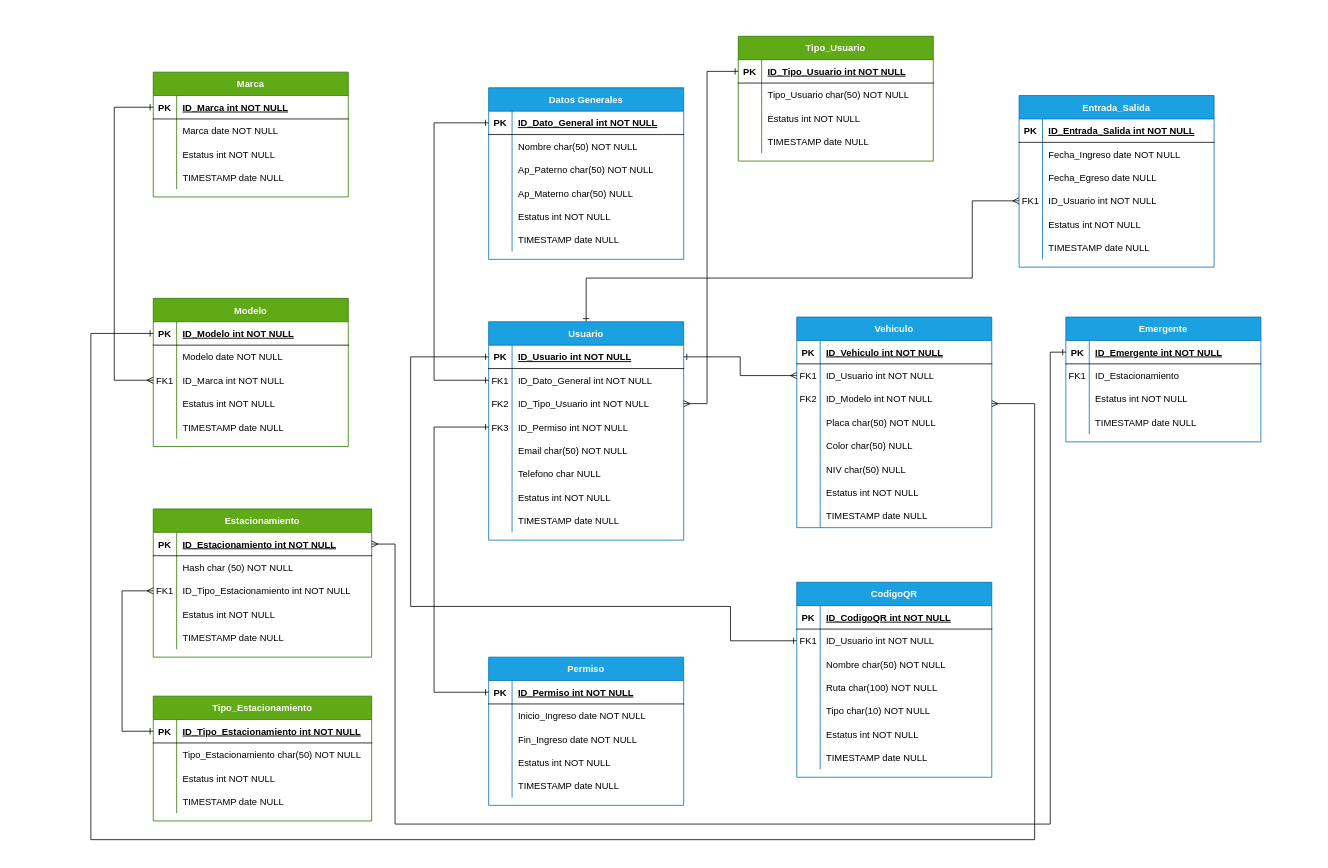
This is database/AccesoIPN.drawio from licdavidob/Hipnos, a draw.io file, before an edit. Source tidied: cells renumbered, new cells numbered last; positions are measured from the earlier drawing's top-left corner, leaving out a move shared by most shapes. Both pictures are drawn from the tidied source at 78%, with x=0, y=0 at pixel (12, -183).
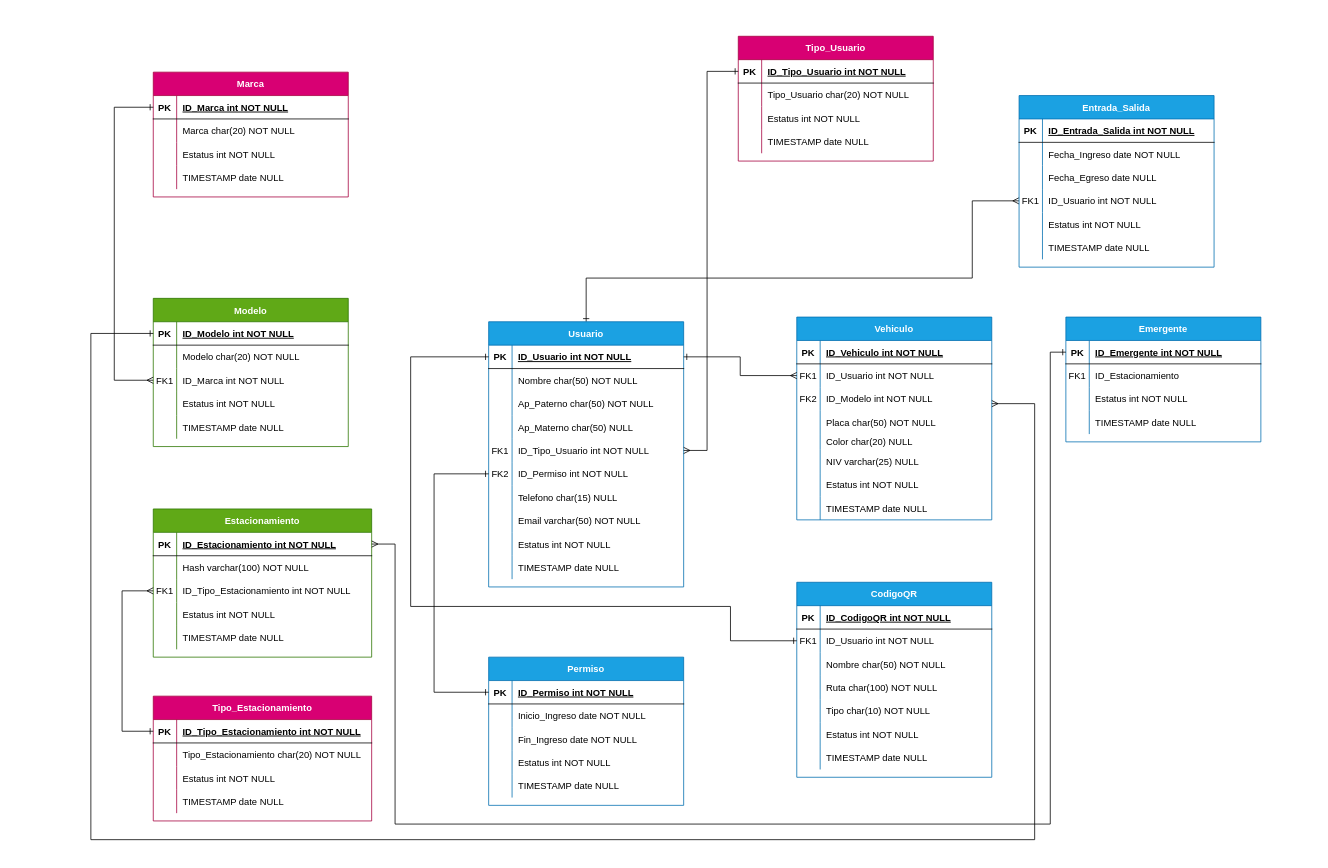
The same page after the edit.

Unchanged cells that the change refers to:
```xml
<mxCell id="26" style="shape=partialRectangle;fillColor=none;points=[[0,0.5],[1,0.5]];portConstraint=eastwest;top=0;left=0;right=0;bottom=0;" parent="22" vertex="1">
  <mxGeometry y="60" width="250" height="30" as="geometry" />
</mxCell>
<mxCell id="29" style="shape=partialRectangle;fillColor=none;points=[[0,0.5],[1,0.5]];portConstraint=eastwest;top=0;left=0;right=0;bottom=0;" parent="22" vertex="1">
  <mxGeometry y="90" width="250" height="30" as="geometry" />
</mxCell>
<mxCell id="32" style="shape=partialRectangle;fillColor=none;points=[[0,0.5],[1,0.5]];portConstraint=eastwest;top=0;left=0;right=0;bottom=0;" parent="22" vertex="1">
  <mxGeometry y="120" width="250" height="30" as="geometry" />
</mxCell>
<mxCell id="35" style="shape=partialRectangle;fillColor=none;points=[[0,0.5],[1,0.5]];portConstraint=eastwest;top=0;left=0;right=0;bottom=0;" parent="22" vertex="1">
  <mxGeometry y="150" width="250" height="30" as="geometry" />
</mxCell>
<mxCell id="38" style="shape=partialRectangle;fillColor=none;points=[[0,0.5],[1,0.5]];portConstraint=eastwest;top=0;left=0;right=0;bottom=0;" parent="22" vertex="1">
  <mxGeometry y="180" width="250" height="30" as="geometry" />
</mxCell>
<mxCell id="41" style="shape=partialRectangle;fillColor=none;top=0;left=0;right=0;bottom=0;" parent="22" vertex="1">
  <mxGeometry y="210" width="250" height="30" as="geometry" />
</mxCell>
<mxCell id="44" style="shape=partialRectangle;fillColor=none;top=0;left=0;right=0;bottom=0;" parent="22" vertex="1">
  <mxGeometry y="240" width="250" height="30" as="geometry" />
</mxCell>
<mxCell id="73" style="shape=partialRectangle;fillColor=none;points=[[0,0.5],[1,0.5]];portConstraint=eastwest;top=0;left=0;right=0;bottom=1;" parent="72" vertex="1">
  <mxGeometry y="30" width="250" height="30" as="geometry" />
</mxCell>
<mxCell id="76" style="shape=partialRectangle;fillColor=none;top=0;left=0;right=0;bottom=0;" parent="72" vertex="1">
  <mxGeometry y="60" width="250" height="30" as="geometry" />
</mxCell>
<mxCell id="86" style="shape=partialRectangle;fillColor=none;points=[[0,0.5],[1,0.5]];portConstraint=eastwest;top=0;left=0;right=0;bottom=1;" parent="85" vertex="1">
  <mxGeometry y="30" width="250" height="30" as="geometry" />
</mxCell>
<mxCell id="105" style="shape=partialRectangle;fillColor=none;top=0;left=0;right=0;bottom=0;" parent="101" vertex="1">
  <mxGeometry y="60" width="250" height="30" as="geometry" />
</mxCell>
<mxCell id="118" style="shape=partialRectangle;fillColor=none;top=0;left=0;right=0;bottom=0;" parent="114" vertex="1">
  <mxGeometry y="60" width="250" height="30" as="geometry" />
</mxCell>
<mxCell id="134" style="shape=partialRectangle;fillColor=none;top=0;left=0;right=0;bottom=0;" parent="130" vertex="1">
  <mxGeometry y="60" width="280" height="30" as="geometry" />
</mxCell>
<mxCell id="150" style="shape=partialRectangle;fillColor=none;top=0;left=0;right=0;bottom=0;" parent="146" vertex="1">
  <mxGeometry y="60" width="280" height="30" as="geometry" />
</mxCell>
```

Change to the diagram source:
```diff
@@
-    <mxCell id="2" value="Datos Generales" style="shape=table;startSize=30;childLayout=tableLayout;rowLines=0;fontStyle=1;align=center;fillColor=#1ba1e2;fontColor=#ffffff;strokeColor=#006EAF;" parent="1" vertex="1">
-      <mxGeometry x="610" y="346" width="250" height="220" as="geometry" />
-    </mxCell>
-    <mxCell id="3" style="shape=partialRectangle;fillColor=none;points=[[0,0.5],[1,0.5]];portConstraint=eastwest;top=0;left=0;right=0;bottom=1;" parent="2" vertex="1">
-      <mxGeometry y="30" width="250" height="30" as="geometry" />
-    </mxCell>
-    <mxCell id="4" value="PK" style="shape=partialRectangle;overflow=hidden;fillColor=none;top=0;left=0;bottom=0;right=0;fontStyle=1;" parent="3" vertex="1">
-      <mxGeometry width="30" height="30" as="geometry" />
-    </mxCell>
-    <mxCell id="5" value="ID_Dato_General int NOT NULL " style="shape=partialRectangle;overflow=hidden;fillColor=none;top=0;left=0;bottom=0;right=0;align=left;spacingLeft=6;fontStyle=5;" parent="3" vertex="1">
-      <mxGeometry x="30" width="220" height="30" as="geometry" />
-    </mxCell>
-    <mxCell id="6" style="shape=partialRectangle;fillColor=none;top=0;left=0;right=0;bottom=0;" parent="2" vertex="1">
-      <mxGeometry y="60" width="250" height="30" as="geometry" />
-    </mxCell>
-    <mxCell id="7" style="shape=partialRectangle;overflow=hidden;fillColor=none;top=0;left=0;bottom=0;right=0;" parent="6" vertex="1">
-      <mxGeometry width="30" height="30" as="geometry" />
-    </mxCell>
-    <mxCell id="8" value="Nombre char(50) NOT NULL" style="shape=partialRectangle;overflow=hidden;fillColor=none;top=0;left=0;bottom=0;right=0;align=left;spacingLeft=6;" parent="6" vertex="1">
-      <mxGeometry x="30" width="220" height="30" as="geometry" />
-    </mxCell>
-    <mxCell id="9" style="shape=partialRectangle;fillColor=none;top=0;left=0;right=0;bottom=0;" parent="2" vertex="1">
-      <mxGeometry y="90" width="250" height="30" as="geometry" />
-    </mxCell>
-    <mxCell id="10" style="shape=partialRectangle;overflow=hidden;fillColor=none;top=0;left=0;bottom=0;right=0;" parent="9" vertex="1">
-      <mxGeometry width="30" height="30" as="geometry" />
-    </mxCell>
-    <mxCell id="11" value="Ap_Paterno char(50) NOT NULL" style="shape=partialRectangle;overflow=hidden;fillColor=none;top=0;left=0;bottom=0;right=0;align=left;spacingLeft=6;" parent="9" vertex="1">
-      <mxGeometry x="30" width="220" height="30" as="geometry" />
-    </mxCell>
-    <mxCell id="12" style="shape=partialRectangle;fillColor=none;top=0;left=0;right=0;bottom=0;" parent="2" vertex="1">
-      <mxGeometry y="120" width="250" height="30" as="geometry" />
-    </mxCell>
-    <mxCell id="13" style="shape=partialRectangle;overflow=hidden;fillColor=none;top=0;left=0;bottom=0;right=0;" parent="12" vertex="1">
-      <mxGeometry width="30" height="30" as="geometry" />
-    </mxCell>
-    <mxCell id="14" value="Ap_Materno char(50) NULL" style="shape=partialRectangle;overflow=hidden;fillColor=none;top=0;left=0;bottom=0;right=0;align=left;spacingLeft=6;" parent="12" vertex="1">
-      <mxGeometry x="30" width="220" height="30" as="geometry" />
-    </mxCell>
-    <mxCell id="15" style="shape=partialRectangle;fillColor=none;top=0;left=0;right=0;bottom=0;" parent="2" vertex="1">
-      <mxGeometry y="150" width="250" height="30" as="geometry" />
-    </mxCell>
-    <mxCell id="16" style="shape=partialRectangle;overflow=hidden;fillColor=none;top=0;left=0;bottom=0;right=0;" parent="15" vertex="1">
-      <mxGeometry width="30" height="30" as="geometry" />
-    </mxCell>
-    <mxCell id="17" value="Estatus int NOT NULL" style="shape=partialRectangle;overflow=hidden;fillColor=none;top=0;left=0;bottom=0;right=0;align=left;spacingLeft=6;" parent="15" vertex="1">
-      <mxGeometry x="30" width="220" height="30" as="geometry" />
-    </mxCell>
-    <mxCell id="18" style="shape=partialRectangle;fillColor=none;top=0;left=0;right=0;bottom=0;" parent="2" vertex="1">
-      <mxGeometry y="180" width="250" height="30" as="geometry" />
-    </mxCell>
-    <mxCell id="19" style="shape=partialRectangle;overflow=hidden;fillColor=none;top=0;left=0;bottom=0;right=0;" parent="18" vertex="1">
-      <mxGeometry width="30" height="30" as="geometry" />
-    </mxCell>
-    <mxCell id="20" value="TIMESTAMP date NULL" style="shape=partialRectangle;overflow=hidden;fillColor=none;top=0;left=0;bottom=0;right=0;align=left;spacingLeft=6;" parent="18" vertex="1">
-      <mxGeometry x="30" width="220" height="30" as="geometry" />
-    </mxCell>
@@
     <mxCell id="22" value="Usuario" style="shape=table;startSize=30;childLayout=tableLayout;rowLines=0;fontStyle=1;align=center;fillColor=#1ba1e2;fontColor=#ffffff;strokeColor=#006EAF;" parent="1" vertex="1">
-      <mxGeometry x="610" y="646" width="250" height="280" as="geometry" />
+      <mxGeometry x="610" y="646" width="250" height="340" as="geometry" />
     </mxCell>
@@
-    <mxCell id="27" value="FK1" style="shape=partialRectangle;overflow=hidden;fillColor=none;top=0;left=0;bottom=0;right=0;" parent="26" vertex="1">
+    <mxCell id="27" style="shape=partialRectangle;overflow=hidden;fillColor=none;top=0;left=0;bottom=0;right=0;" parent="26" vertex="1">
       <mxGeometry width="30" height="30" as="geometry" />
     </mxCell>
-    <mxCell id="28" value="ID_Dato_General int NOT NULL" style="shape=partialRectangle;overflow=hidden;fillColor=none;top=0;left=0;bottom=0;right=0;align=left;spacingLeft=6;" parent="26" vertex="1">
+    <mxCell id="28" value="Nombre char(50) NOT NULL" style="shape=partialRectangle;overflow=hidden;fillColor=none;top=0;left=0;bottom=0;right=0;align=left;spacingLeft=6;" parent="26" vertex="1">
       <mxGeometry x="30" width="220" height="30" as="geometry" />
     </mxCell>
@@
-    <mxCell id="30" value="FK2" style="shape=partialRectangle;overflow=hidden;fillColor=none;top=0;left=0;bottom=0;right=0;" parent="29" vertex="1">
+    <mxCell id="30" style="shape=partialRectangle;overflow=hidden;fillColor=none;top=0;left=0;bottom=0;right=0;" parent="29" vertex="1">
       <mxGeometry width="30" height="30" as="geometry" />
     </mxCell>
-    <mxCell id="31" value="ID_Tipo_Usuario int NOT NULL" style="shape=partialRectangle;overflow=hidden;fillColor=none;top=0;left=0;bottom=0;right=0;align=left;spacingLeft=6;" parent="29" vertex="1">
+    <mxCell id="31" value="Ap_Paterno char(50) NOT NULL" style="shape=partialRectangle;overflow=hidden;fillColor=none;top=0;left=0;bottom=0;right=0;align=left;spacingLeft=6;" parent="29" vertex="1">
       <mxGeometry x="30" width="220" height="30" as="geometry" />
     </mxCell>
@@
-    <mxCell id="33" value="FK3" style="shape=partialRectangle;overflow=hidden;fillColor=none;top=0;left=0;bottom=0;right=0;" parent="32" vertex="1">
+    <mxCell id="33" style="shape=partialRectangle;overflow=hidden;fillColor=none;top=0;left=0;bottom=0;right=0;" parent="32" vertex="1">
       <mxGeometry width="30" height="30" as="geometry" />
     </mxCell>
-    <mxCell id="34" value="ID_Permiso int NOT NULL" style="shape=partialRectangle;overflow=hidden;fillColor=none;top=0;left=0;bottom=0;right=0;align=left;spacingLeft=6;" parent="32" vertex="1">
+    <mxCell id="34" value="Ap_Materno char(50) NULL" style="shape=partialRectangle;overflow=hidden;fillColor=none;top=0;left=0;bottom=0;right=0;align=left;spacingLeft=6;" parent="32" vertex="1">
       <mxGeometry x="30" width="220" height="30" as="geometry" />
     </mxCell>
@@
-    <mxCell id="36" style="shape=partialRectangle;overflow=hidden;fillColor=none;top=0;left=0;bottom=0;right=0;" parent="35" vertex="1">
+    <mxCell id="36" value="FK1" style="shape=partialRectangle;overflow=hidden;fillColor=none;top=0;left=0;bottom=0;right=0;" parent="35" vertex="1">
       <mxGeometry width="30" height="30" as="geometry" />
     </mxCell>
-    <mxCell id="37" value="Email char(50) NOT NULL" style="shape=partialRectangle;overflow=hidden;fillColor=none;top=0;left=0;bottom=0;right=0;align=left;spacingLeft=6;" parent="35" vertex="1">
+    <mxCell id="37" value="ID_Tipo_Usuario int NOT NULL" style="shape=partialRectangle;overflow=hidden;fillColor=none;top=0;left=0;bottom=0;right=0;align=left;spacingLeft=6;" parent="35" vertex="1">
       <mxGeometry x="30" width="220" height="30" as="geometry" />
     </mxCell>
@@
-    <mxCell id="39" style="shape=partialRectangle;overflow=hidden;fillColor=none;top=0;left=0;bottom=0;right=0;" parent="38" vertex="1">
+    <mxCell id="39" value="FK2" style="shape=partialRectangle;overflow=hidden;fillColor=none;top=0;left=0;bottom=0;right=0;" parent="38" vertex="1">
       <mxGeometry width="30" height="30" as="geometry" />
     </mxCell>
-    <mxCell id="40" value="Telefono char NULL" style="shape=partialRectangle;overflow=hidden;fillColor=none;top=0;left=0;bottom=0;right=0;align=left;spacingLeft=6;" parent="38" vertex="1">
+    <mxCell id="40" value="ID_Permiso int NOT NULL" style="shape=partialRectangle;overflow=hidden;fillColor=none;top=0;left=0;bottom=0;right=0;align=left;spacingLeft=6;" parent="38" vertex="1">
       <mxGeometry x="30" width="220" height="30" as="geometry" />
     </mxCell>
@@
-    <mxCell id="43" value="Estatus int NOT NULL" style="shape=partialRectangle;overflow=hidden;fillColor=none;top=0;left=0;bottom=0;right=0;align=left;spacingLeft=6;" parent="41" vertex="1">
+    <mxCell id="43" value="Telefono char(15) NULL" style="shape=partialRectangle;overflow=hidden;fillColor=none;top=0;left=0;bottom=0;right=0;align=left;spacingLeft=6;" parent="41" vertex="1">
       <mxGeometry x="30" width="220" height="30" as="geometry" />
     </mxCell>
@@
-    <mxCell id="46" value="TIMESTAMP date NULL" style="shape=partialRectangle;overflow=hidden;fillColor=none;top=0;left=0;bottom=0;right=0;align=left;spacingLeft=6;" parent="44" vertex="1">
+    <mxCell id="46" value="Email varchar(50) NOT NULL" style="shape=partialRectangle;overflow=hidden;fillColor=none;top=0;left=0;bottom=0;right=0;align=left;spacingLeft=6;" parent="44" vertex="1">
       <mxGeometry x="30" width="220" height="30" as="geometry" />
     </mxCell>
+    <mxCell id="226" style="shape=partialRectangle;fillColor=none;top=0;left=0;right=0;bottom=0;" parent="22" vertex="1">
+      <mxGeometry y="270" width="250" height="30" as="geometry" />
+    </mxCell>
+    <mxCell id="227" style="shape=partialRectangle;overflow=hidden;fillColor=none;top=0;left=0;bottom=0;right=0;" parent="226" vertex="1">
+      <mxGeometry width="30" height="30" as="geometry" />
+    </mxCell>
+    <mxCell id="17" value="Estatus int NOT NULL" style="shape=partialRectangle;overflow=hidden;fillColor=none;top=0;left=0;bottom=0;right=0;align=left;spacingLeft=6;" parent="226" vertex="1">
+      <mxGeometry x="30" width="220" height="30" as="geometry" />
+    </mxCell>
+    <mxCell id="228" style="shape=partialRectangle;fillColor=none;top=0;left=0;right=0;bottom=0;" parent="22" vertex="1">
+      <mxGeometry y="300" width="250" height="30" as="geometry" />
+    </mxCell>
+    <mxCell id="229" style="shape=partialRectangle;overflow=hidden;fillColor=none;top=0;left=0;bottom=0;right=0;" parent="228" vertex="1">
+      <mxGeometry width="30" height="30" as="geometry" />
+    </mxCell>
+    <mxCell id="20" value="TIMESTAMP date NULL" style="shape=partialRectangle;overflow=hidden;fillColor=none;top=0;left=0;bottom=0;right=0;align=left;spacingLeft=6;" parent="228" vertex="1">
+      <mxGeometry x="30" width="220" height="30" as="geometry" />
+    </mxCell>
     <mxCell id="47" value="Vehiculo" style="shape=table;startSize=30;childLayout=tableLayout;rowLines=0;fontStyle=1;align=center;fillColor=#1ba1e2;fontColor=#ffffff;strokeColor=#006EAF;" parent="1" vertex="1">
-      <mxGeometry x="1005" y="640" width="250" height="270" as="geometry" />
+      <mxGeometry x="1005" y="640" width="250" height="260" as="geometry" />
     </mxCell>
@@
     <mxCell id="60" style="shape=partialRectangle;fillColor=none;top=0;left=0;right=0;bottom=0;" parent="47" vertex="1">
-      <mxGeometry y="150" width="250" height="30" as="geometry" />
+      <mxGeometry y="150" width="250" height="20" as="geometry" />
     </mxCell>
     <mxCell id="61" style="shape=partialRectangle;overflow=hidden;fillColor=none;top=0;left=0;bottom=0;right=0;" parent="60" vertex="1">
-      <mxGeometry width="30" height="30" as="geometry" />
+      <mxGeometry width="30" height="20" as="geometry" />
     </mxCell>
-    <mxCell id="62" value="Color char(50) NULL" style="shape=partialRectangle;overflow=hidden;fillColor=none;top=0;left=0;bottom=0;right=0;align=left;spacingLeft=6;" parent="60" vertex="1">
-      <mxGeometry x="30" width="220" height="30" as="geometry" />
+    <mxCell id="62" value="Color char(20) NULL" style="shape=partialRectangle;overflow=hidden;fillColor=none;top=0;left=0;bottom=0;right=0;align=left;spacingLeft=6;" parent="60" vertex="1">
+      <mxGeometry x="30" width="220" height="20" as="geometry" />
     </mxCell>
     <mxCell id="63" style="shape=partialRectangle;fillColor=none;top=0;left=0;right=0;bottom=0;" parent="47" vertex="1">
-      <mxGeometry y="180" width="250" height="30" as="geometry" />
+      <mxGeometry y="170" width="250" height="30" as="geometry" />
     </mxCell>
@@
-    <mxCell id="65" value="NIV char(50) NULL" style="shape=partialRectangle;overflow=hidden;fillColor=none;top=0;left=0;bottom=0;right=0;align=left;spacingLeft=6;" parent="63" vertex="1">
+    <mxCell id="65" value="NIV varchar(25) NULL" style="shape=partialRectangle;overflow=hidden;fillColor=none;top=0;left=0;bottom=0;right=0;align=left;spacingLeft=6;" parent="63" vertex="1">
       <mxGeometry x="30" width="220" height="30" as="geometry" />
     </mxCell>
     <mxCell id="66" style="shape=partialRectangle;fillColor=none;top=0;left=0;right=0;bottom=0;" parent="47" vertex="1">
-      <mxGeometry y="210" width="250" height="30" as="geometry" />
+      <mxGeometry y="200" width="250" height="30" as="geometry" />
     </mxCell>
@@
     <mxCell id="69" style="shape=partialRectangle;fillColor=none;top=0;left=0;right=0;bottom=0;" parent="47" vertex="1">
-      <mxGeometry y="240" width="250" height="30" as="geometry" />
+      <mxGeometry y="230" width="250" height="30" as="geometry" />
     </mxCell>
@@
-    <mxCell id="72" value="Tipo_Usuario" style="shape=table;startSize=30;childLayout=tableLayout;rowLines=0;fontStyle=1;align=center;fillColor=#60a917;fontColor=#ffffff;strokeColor=#2D7600;" parent="1" vertex="1">
+    <mxCell id="72" value="Tipo_Usuario" style="shape=table;startSize=30;childLayout=tableLayout;rowLines=0;fontStyle=1;align=center;fillColor=#d80073;fontColor=#ffffff;strokeColor=#A50040;" parent="1" vertex="1">
       <mxGeometry x="930" y="280" width="250" height="160" as="geometry" />
     </mxCell>
@@
-    <mxCell id="78" value="Tipo_Usuario char(50) NOT NULL" style="shape=partialRectangle;overflow=hidden;fillColor=none;top=0;left=0;bottom=0;right=0;align=left;spacingLeft=6;" parent="76" vertex="1">
+    <mxCell id="78" value="Tipo_Usuario char(20) NOT NULL" style="shape=partialRectangle;overflow=hidden;fillColor=none;top=0;left=0;bottom=0;right=0;align=left;spacingLeft=6;" parent="76" vertex="1">
       <mxGeometry x="30" width="220" height="30" as="geometry" />
     </mxCell>
@@
-    <mxCell id="101" value="Marca" style="shape=table;startSize=30;childLayout=tableLayout;rowLines=0;fontStyle=1;align=center;fillColor=#60a917;strokeColor=#2D7600;fontColor=#ffffff;" parent="1" vertex="1">
+    <mxCell id="101" value="Marca" style="shape=table;startSize=30;childLayout=tableLayout;rowLines=0;fontStyle=1;align=center;fillColor=#d80073;strokeColor=#A50040;fontColor=#ffffff;" parent="1" vertex="1">
       <mxGeometry x="180" y="326" width="250" height="160" as="geometry" />
     </mxCell>
@@
-    <mxCell id="107" value="Marca date NOT NULL" style="shape=partialRectangle;overflow=hidden;fillColor=none;top=0;left=0;bottom=0;right=0;align=left;spacingLeft=6;" parent="105" vertex="1">
+    <mxCell id="107" value="Marca char(20) NOT NULL" style="shape=partialRectangle;overflow=hidden;fillColor=none;top=0;left=0;bottom=0;right=0;align=left;spacingLeft=6;" parent="105" vertex="1">
       <mxGeometry x="30" width="220" height="30" as="geometry" />
     </mxCell>
@@
-    <mxCell id="120" value="Modelo date NOT NULL" style="shape=partialRectangle;overflow=hidden;fillColor=none;top=0;left=0;bottom=0;right=0;align=left;spacingLeft=6;" parent="118" vertex="1">
+    <mxCell id="120" value="Modelo char(20) NOT NULL" style="shape=partialRectangle;overflow=hidden;fillColor=none;top=0;left=0;bottom=0;right=0;align=left;spacingLeft=6;" parent="118" vertex="1">
       <mxGeometry x="30" width="220" height="30" as="geometry" />
     </mxCell>
@@
-    <mxCell id="136" value="Hash char (50) NOT NULL" style="shape=partialRectangle;overflow=hidden;fillColor=none;top=0;left=0;bottom=0;right=0;align=left;spacingLeft=6;" parent="134" vertex="1">
+    <mxCell id="136" value="Hash varchar(100) NOT NULL" style="shape=partialRectangle;overflow=hidden;fillColor=none;top=0;left=0;bottom=0;right=0;align=left;spacingLeft=6;" parent="134" vertex="1">
       <mxGeometry x="30" width="250" height="30" as="geometry" />
     </mxCell>
@@
-    <mxCell id="146" value="Tipo_Estacionamiento" style="shape=table;startSize=30;childLayout=tableLayout;rowLines=0;fontStyle=1;align=center;fillColor=#60a917;fontColor=#ffffff;strokeColor=#2D7600;" parent="1" vertex="1">
+    <mxCell id="146" value="Tipo_Estacionamiento" style="shape=table;startSize=30;childLayout=tableLayout;rowLines=0;fontStyle=1;align=center;fillColor=#d80073;fontColor=#ffffff;strokeColor=#A50040;" parent="1" vertex="1">
       <mxGeometry x="180" y="1126" width="280" height="160" as="geometry" />
     </mxCell>
@@
-    <mxCell id="152" value="Tipo_Estacionamiento char(50) NOT NULL" style="shape=partialRectangle;overflow=hidden;fillColor=none;top=0;left=0;bottom=0;right=0;align=left;spacingLeft=6;" parent="150" vertex="1">
+    <mxCell id="152" value="Tipo_Estacionamiento char(20) NOT NULL" style="shape=partialRectangle;overflow=hidden;fillColor=none;top=0;left=0;bottom=0;right=0;align=left;spacingLeft=6;" parent="150" vertex="1">
       <mxGeometry x="30" width="250" height="30" as="geometry" />
     </mxCell>
@@
-    <mxCell id="181" style="edgeStyle=orthogonalEdgeStyle;rounded=0;jettySize=auto;html=1;entryX=0;entryY=0.5;entryDx=0;entryDy=0;strokeColor=default;endArrow=ERone;endFill=0;startArrow=ERone;startFill=0;" parent="1" edge="1" source="3" target="26">
-      <mxGeometry relative="1" as="geometry">
-        <Array as="points">
-          <mxPoint x="540" y="391" />
-          <mxPoint x="540" y="721" />
-        </Array>
-      </mxGeometry>
-    </mxCell>
-    <mxCell id="182" style="edgeStyle=orthogonalEdgeStyle;rounded=0;jettySize=auto;html=1;strokeColor=default;startArrow=ERmany;startFill=0;endArrow=ERone;endFill=0;entryX=0;entryY=0.5;entryDx=0;entryDy=0;" parent="1" edge="1" source="29" target="73">
+    <mxCell id="182" style="edgeStyle=orthogonalEdgeStyle;rounded=0;jettySize=auto;html=1;strokeColor=default;startArrow=ERmany;startFill=0;endArrow=ERone;endFill=0;entryX=0;entryY=0.5;entryDx=0;entryDy=0;exitX=1;exitY=0.5;exitDx=0;exitDy=0;" parent="1" edge="1" source="35" target="73">
       <mxGeometry relative="1" as="geometry">
         <Array as="points">
-          <mxPoint x="890" y="751" />
+          <mxPoint x="890" y="811" />
           <mxPoint x="890" y="325" />
         </Array>
       </mxGeometry>
     </mxCell>
@@
-    <mxCell id="185" style="edgeStyle=orthogonalEdgeStyle;rounded=0;jettySize=auto;html=1;entryX=0;entryY=0.5;entryDx=0;entryDy=0;strokeColor=default;startArrow=ERone;startFill=0;endArrow=ERone;endFill=0;" parent="1" edge="1" source="32" target="86">
+    <mxCell id="185" style="edgeStyle=orthogonalEdgeStyle;rounded=0;jettySize=auto;html=1;entryX=0;entryY=0.5;entryDx=0;entryDy=0;strokeColor=default;startArrow=ERone;startFill=0;endArrow=ERone;endFill=0;exitX=0;exitY=0.5;exitDx=0;exitDy=0;" parent="1" edge="1" source="38" target="86">
       <mxGeometry relative="1" as="geometry">
         <Array as="points">
-          <mxPoint x="540" y="781" />
+          <mxPoint x="540" y="841" />
           <mxPoint x="540" y="1121" />
         </Array>
       </mxGeometry>
     </mxCell>
```
